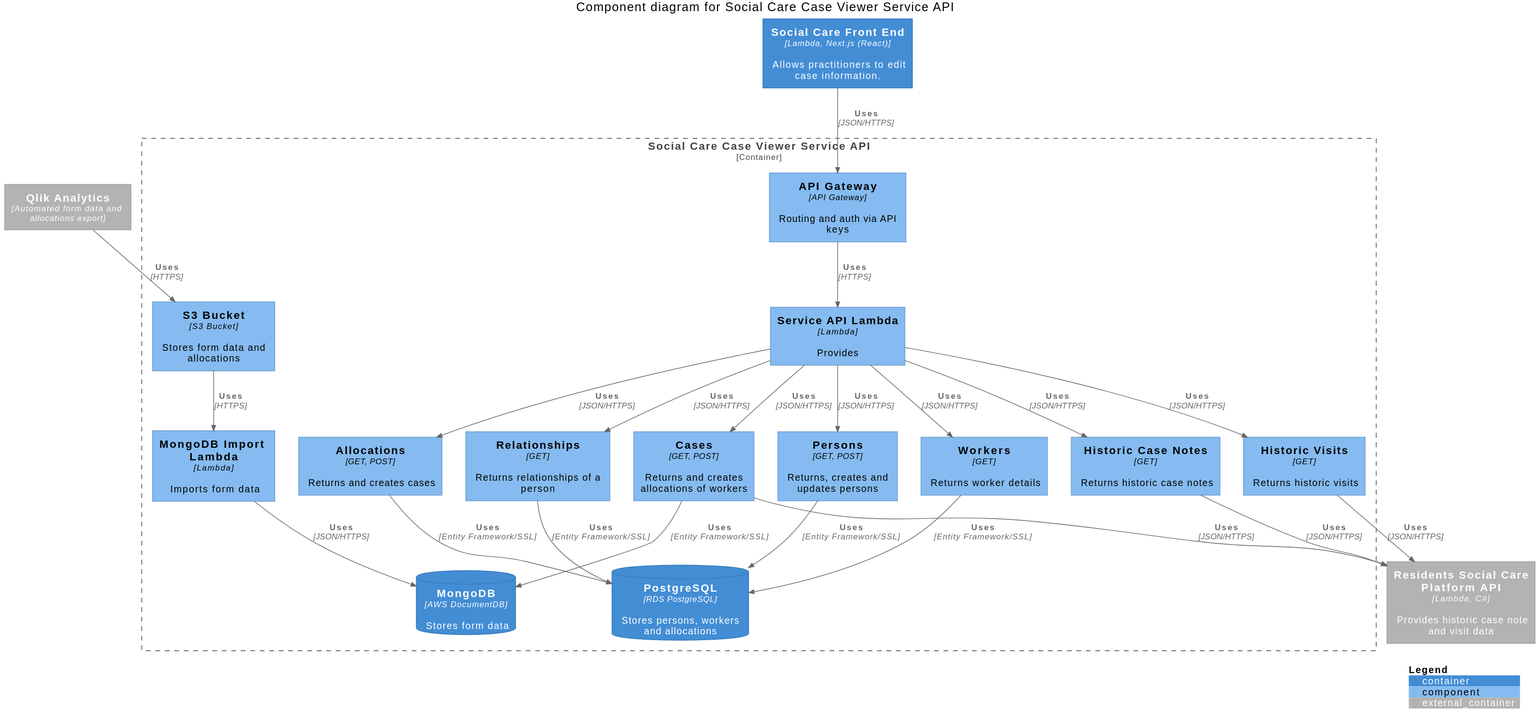
This is docs/component-diagram.svg from LBHackney-IT/social-care-case-viewer-api, a PlantUML export, as it was before one commit.
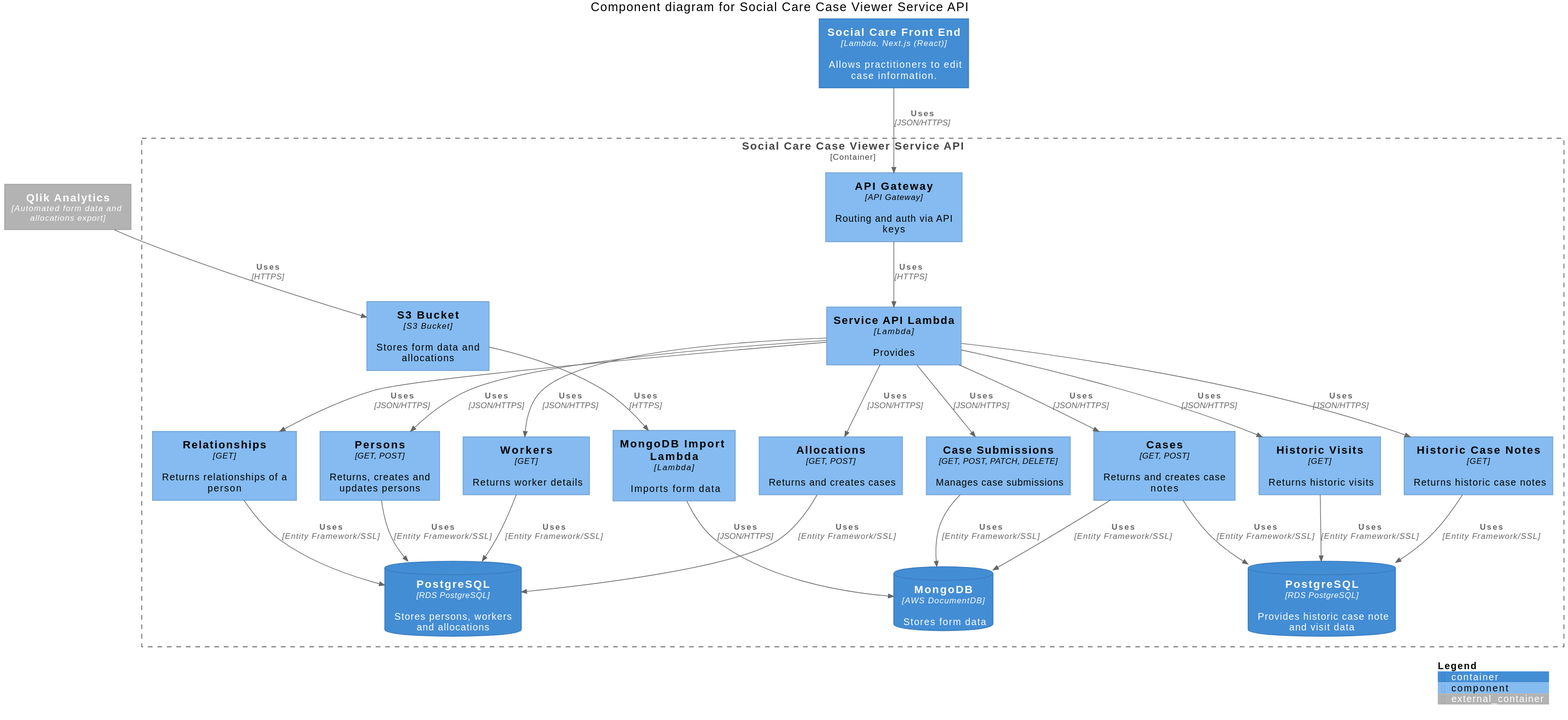
After the change.

Commit message:
update component diagram

Change to the diagram source:
```diff
@@ -7,7 +7,6 @@
 
 Container_Ext(qlik, "Qlik Analytics", "Automated form data and allocations export")
 Container(social_care_front_end, "Social Care Front End", "Lambda, Next.js (React)", "Allows practitioners to edit case information.")
-Container_Ext(resident_social_care_platform_api, "Residents Social Care Platform API",  "Lambda, C#", "Provides historic case note and visit data")
 
 Container_Boundary(api, "Social Care Case Viewer Service API") {
     Component(api_gateway, "API Gateway", "API Gateway", "Routing and auth via API keys")
@@ -18,13 +17,15 @@
     Component(persons, "Persons", "GET, POST", "Returns, creates and updates persons")
     Component(workers, "Workers", "GET", "Returns worker details")
     Component(allocations, "Allocations", "GET, POST", "Returns and creates cases")
-    Component(cases, "Cases", "GET, POST", "Returns and creates allocations of workers")
+    Component(cases, "Cases", "GET, POST", "Returns and creates case notes")
     Component(relationships, "Relationships", "GET", "Returns relationships of a person")
     Component(historic_case_notes, "Historic Case Notes", "GET", "Returns historic case notes")
     Component(historic_visits, "Historic Visits", "GET", "Returns historic visits")
+    Component(submissions, "Case Submissions", "GET, POST, PATCH, DELETE", "Manages case submissions")
 
     ContainerDb(postgres, "PostgreSQL", "RDS PostgreSQL", "Stores persons, workers and allocations")
     ContainerDb(mongodb, "MongoDB", "AWS DocumentDB", "Stores form data")
+    ContainerDb(historical_data_postgres, "PostgreSQL", "RDS PostgreSQL", "Provides historic case note and visit data")
 
     Rel(api_gateway, api_lambda, "Uses", "HTTPS")
     Rel(qlik, s3_bucket, "Uses", "HTTPS")
@@ -43,18 +44,21 @@
     Rel(api_lambda, allocations, "Uses", "JSON/HTTPS")
     Rel(allocations, postgres, "Uses", "Entity Framework/SSL")
 
+    Rel(api_lambda, submissions, "Uses", "JSON/HTTPS")
+    Rel(submissions, mongodb, "Uses", "Entity Framework/SSL")
+
     Rel(api_lambda, cases, "Uses", "JSON/HTTPS")
     Rel(cases, mongodb, "Uses", "Entity Framework/SSL")
-    Rel(cases, resident_social_care_platform_api, "Uses", "JSON/HTTPS")
+    Rel(cases, historical_data_postgres, "Uses", "Entity Framework/SSL")
 
     Rel(api_lambda, relationships, "Uses", "JSON/HTTPS")
     Rel(relationships, postgres, "Uses", "Entity Framework/SSL")
 
     Rel(api_lambda, historic_case_notes, "Uses", "JSON/HTTPS")
-    Rel(historic_case_notes, resident_social_care_platform_api, "Uses", "JSON/HTTPS")
+    Rel(historic_case_notes, historical_data_postgres, "Uses", "Entity Framework/SSL")
 
     Rel(api_lambda, historic_visits, "Uses", "JSON/HTTPS")
-    Rel(historic_visits, resident_social_care_platform_api, "Uses", "JSON/HTTPS")
+    Rel(historic_visits, historical_data_postgres, "Uses", "Entity Framework/SSL")
 }
 
 SHOW_DYNAMIC_LEGEND()
```
